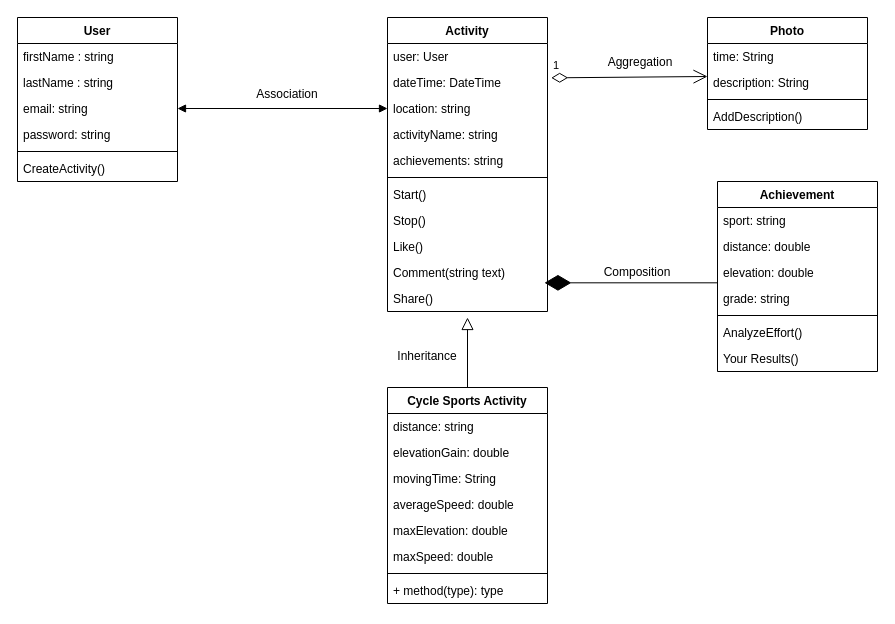
Before: Assoc.drawio in st0waway/Assignment-02-OOP, a draw.io diagram. Source tidied: cells renumbered, new cells numbered last; positions are measured from the earlier drawing's top-left corner, leaving out a move shared by most shapes. Both pictures are drawn from the tidied source at 100%, with x=0, y=0 at pixel (17, 17).
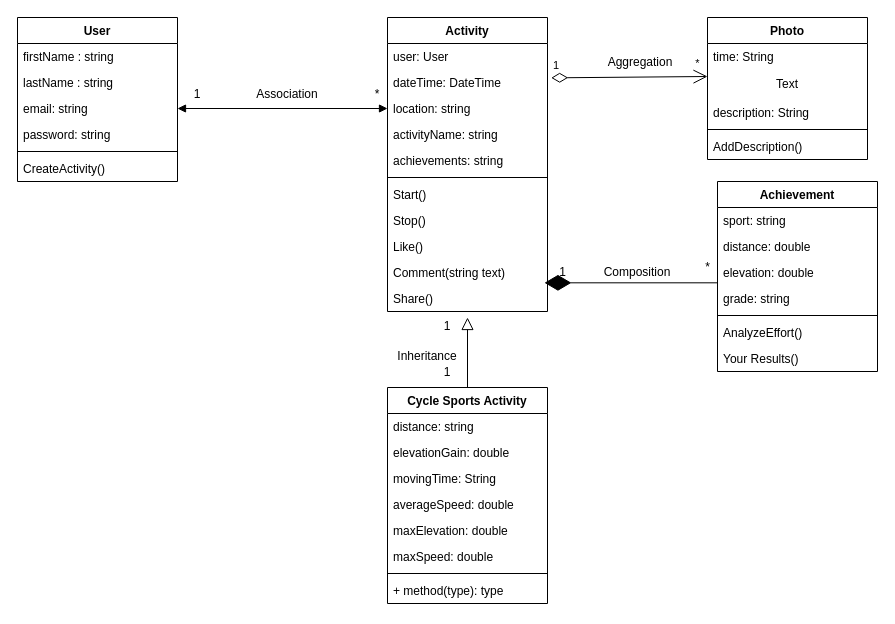
After the change.

Unchanged cells that the change refers to:
```xml
<mxCell id="27" value="1" style="endArrow=open;html=1;endSize=12;startArrow=diamondThin;startSize=14;startFill=0;align=left;verticalAlign=bottom;rounded=0;exitX=1.023;exitY=0.321;exitDx=0;exitDy=0;exitPerimeter=0;" parent="1" edge="1" source="4">
  <mxGeometry x="-1" y="3" relative="1" as="geometry">
    <mxPoint x="690" y="59" as="targetPoint" />
  </mxGeometry>
</mxCell>
```

Diff of the diagram source:
```diff
@@
     <mxCell id="14" value="Photo" style="swimlane;fontStyle=1;align=center;verticalAlign=top;horizontal=1;startSize=26;" parent="1" vertex="1">
-      <mxGeometry x="690" width="160" height="112" as="geometry" />
+      <mxGeometry x="690" width="160" height="142" as="geometry" />
     </mxCell>
@@
+    <mxCell id="51" value="Text" style="text;html=1;strokeColor=none;fillColor=none;align=center;verticalAlign=middle;whiteSpace=wrap;rounded=0;" parent="14" vertex="1">
+      <mxGeometry y="52" width="160" height="30" as="geometry" />
+    </mxCell>
     <mxCell id="16" value="description: String" style="text;strokeColor=none;fillColor=none;align=left;verticalAlign=top;spacingLeft=4;spacingRight=4;overflow=hidden;" parent="14" vertex="1">
-      <mxGeometry y="52" width="160" height="26" as="geometry" />
+      <mxGeometry y="82" width="160" height="26" as="geometry" />
     </mxCell>
     <mxCell id="17" style="line;strokeWidth=1;fillColor=none;align=left;verticalAlign=middle;spacingTop=-1;spacingLeft=3;spacingRight=3;labelPosition=right;strokeColor=inherit;" parent="14" vertex="1">
-      <mxGeometry y="78" width="160" height="8" as="geometry" />
+      <mxGeometry y="108" width="160" height="8" as="geometry" />
     </mxCell>
     <mxCell id="18" value="AddDescription()" style="text;strokeColor=none;fillColor=none;align=left;verticalAlign=top;spacingLeft=4;spacingRight=4;overflow=hidden;" parent="14" vertex="1">
-      <mxGeometry y="86" width="160" height="26" as="geometry" />
+      <mxGeometry y="116" width="160" height="26" as="geometry" />
     </mxCell>
@@
+    <mxCell id="52" value="*" style="edgeLabel;html=1;align=center;verticalAlign=middle;" parent="27" vertex="1">
+      <mxGeometry x="-0.86" y="-1" relative="1" as="geometry">
+        <mxPoint x="135" y="-16" as="offset" />
+      </mxGeometry>
+    </mxCell>
@@
+    <mxCell id="53" value="1" style="text;html=1;strokeColor=none;fillColor=none;align=center;verticalAlign=middle;whiteSpace=wrap;rounded=0;" parent="1" vertex="1">
+      <mxGeometry x="150" y="62" width="60" height="30" as="geometry" />
+    </mxCell>
+    <mxCell id="54" value="*" style="text;html=1;strokeColor=none;fillColor=none;align=center;verticalAlign=middle;whiteSpace=wrap;rounded=0;" parent="1" vertex="1">
+      <mxGeometry x="330" y="62" width="60" height="30" as="geometry" />
+    </mxCell>
+    <mxCell id="55" value="1" style="text;html=1;align=center;verticalAlign=middle;strokeColor=none;fillColor=none;" parent="1" vertex="1">
+      <mxGeometry x="530" y="240" width="30" height="30" as="geometry" />
+    </mxCell>
+    <mxCell id="56" value="*" style="text;html=1;align=center;verticalAlign=middle;strokeColor=none;fillColor=none;" parent="1" vertex="1">
+      <mxGeometry x="675" y="235" width="30" height="30" as="geometry" />
+    </mxCell>
+    <mxCell id="57" value="1" style="text;html=1;strokeColor=none;fillColor=none;align=center;verticalAlign=middle;whiteSpace=wrap;rounded=0;" parent="1" vertex="1">
+      <mxGeometry x="400" y="294" width="60" height="30" as="geometry" />
+    </mxCell>
+    <mxCell id="58" value="1" style="text;html=1;strokeColor=none;fillColor=none;align=center;verticalAlign=middle;whiteSpace=wrap;rounded=0;" parent="1" vertex="1">
+      <mxGeometry x="400" y="340" width="60" height="30" as="geometry" />
+    </mxCell>
```
